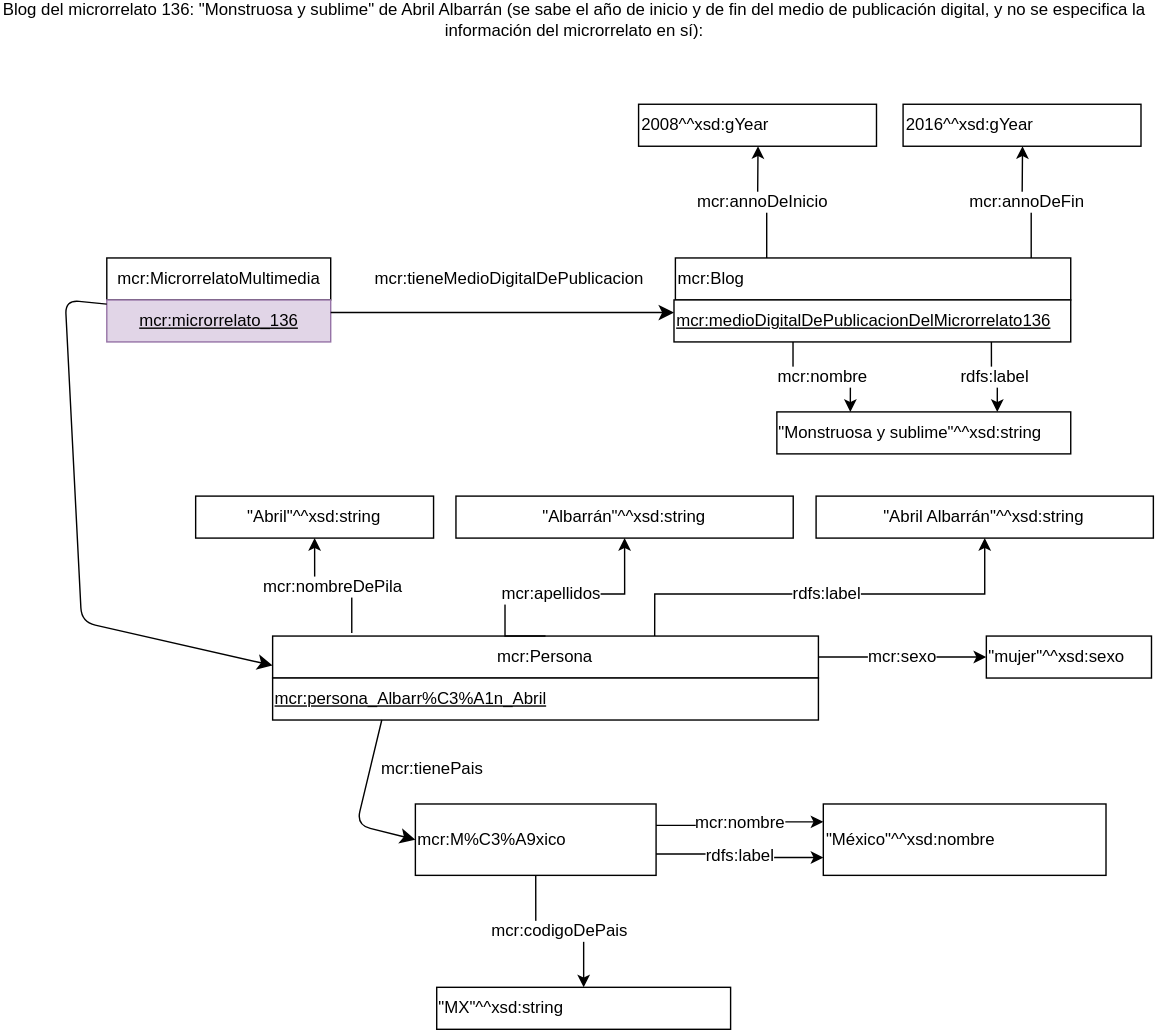
Earlier version of the draw.io export microrrelato_136.svg (marianofl1971/microrrelatos). Source tidied: cells renumbered, new cells last; positions are measured from the earlier drawing's top-left corner, leaving out a move shared by most shapes.
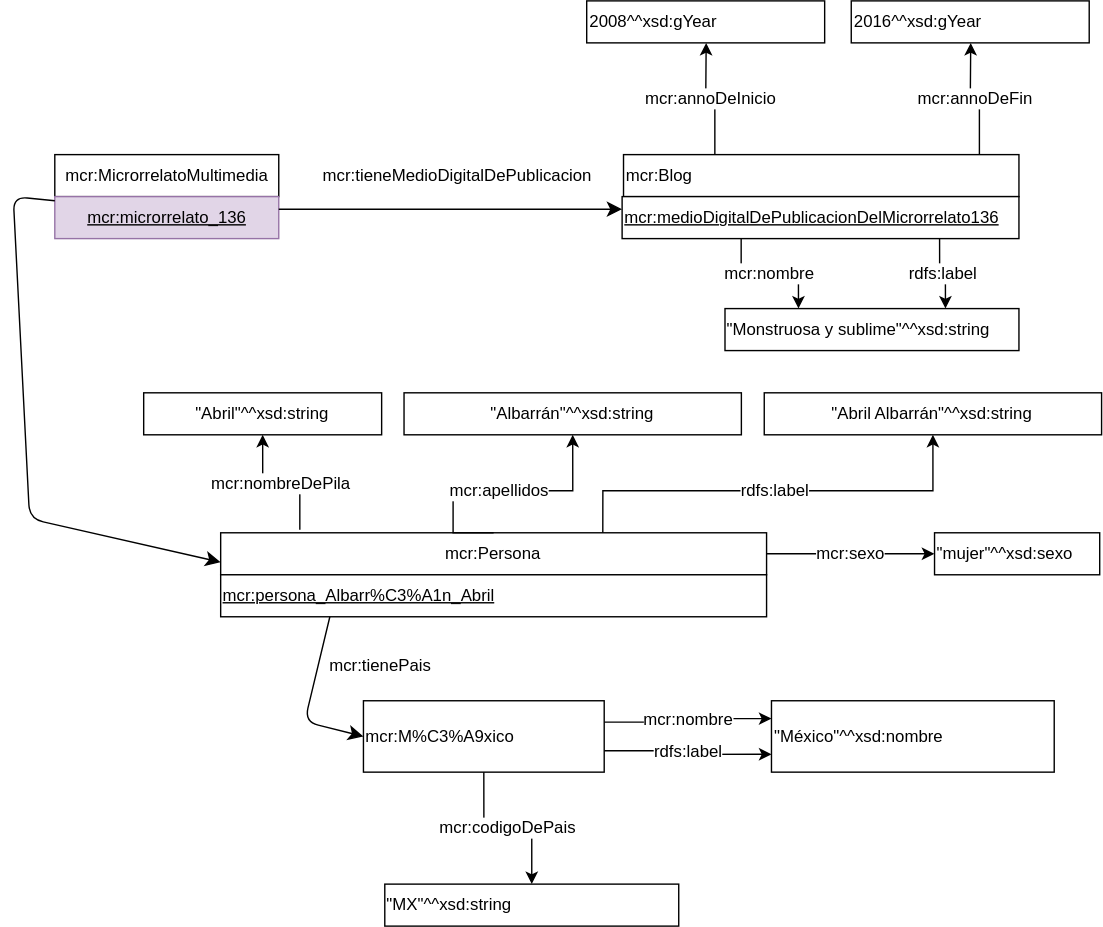
The same file after the commit.

Change to the diagram source:
```diff
@@ -86,9 +86,6 @@
     <mxCell id="23" value="mcr:nombreDePila" style="edgeStyle=orthogonalEdgeStyle;rounded=0;jettySize=auto;html=1;exitX=0.145;exitY=-0.071;exitDx=0;exitDy=0;fontSize=12;exitPerimeter=0;entryX=0.5;entryY=1;entryDx=0;entryDy=0;" parent="1" edge="1" source="4" target="7">
       <mxGeometry relative="1" as="geometry" />
     </mxCell>
-    <mxCell id="24" value="Blog del microrrelato 136: &quot;&lt;span&gt;Monstruosa y sublime&lt;/span&gt;&quot; de Abril Albarrán (se sabe el año de inicio y de fin del medio de publicación digital, y no se especifica la información del microrrelato en sí):" style="text;html=1;strokeColor=none;fillColor=none;align=center;verticalAlign=middle;whiteSpace=wrap;rounded=0;fontSize=12;" parent="1" vertex="1">
-      <mxGeometry x="-0.3" width="820" height="20" as="geometry" />
-    </mxCell>
     <mxCell id="25" value="&quot;MX&quot;^^xsd:string" style="rounded=0;whiteSpace=wrap;html=1;snapToPoint=1;fontSize=12;align=left;" parent="1" vertex="1">
       <mxGeometry x="311.4" y="701" width="210" height="30" as="geometry" />
     </mxCell>
```
